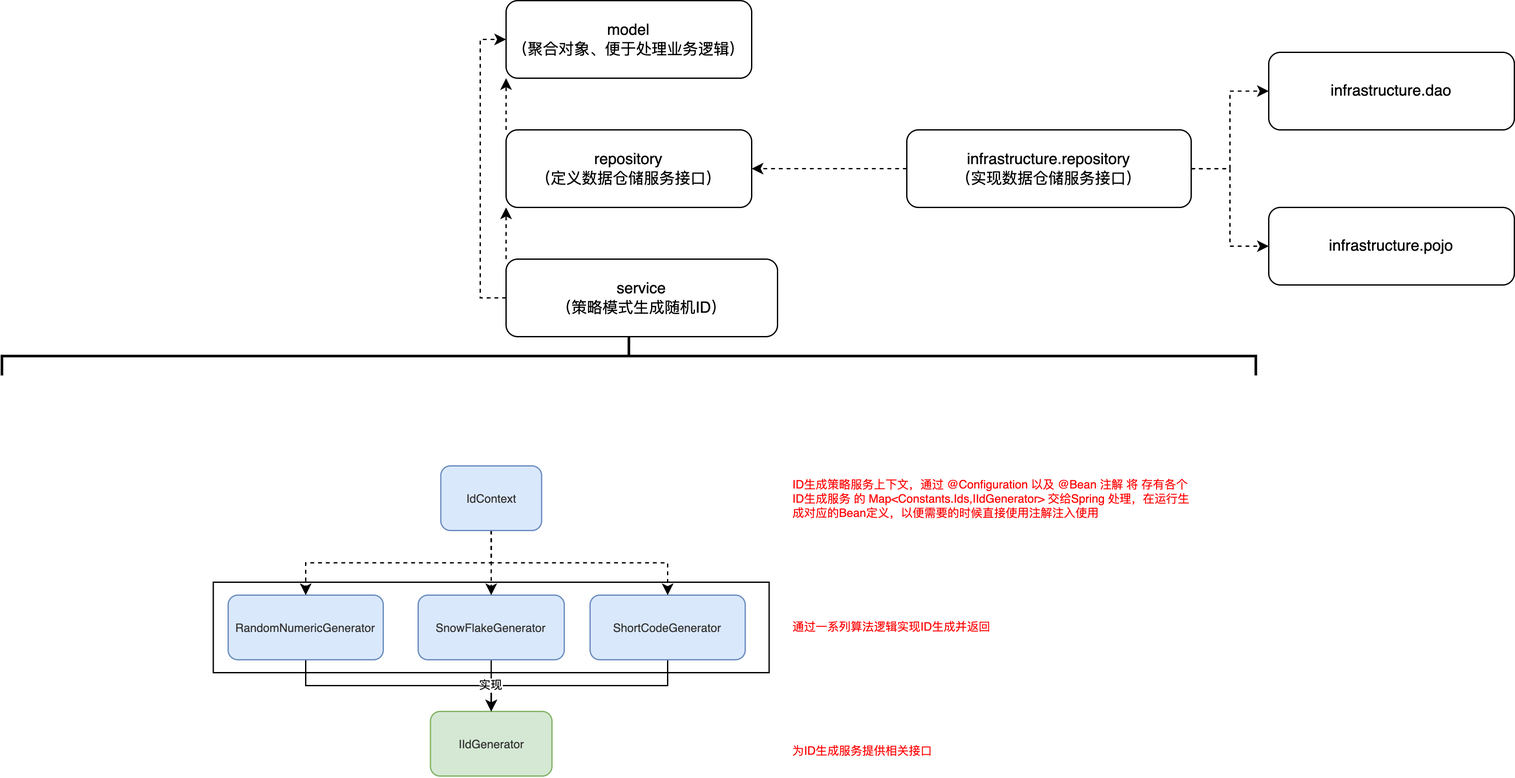
Before: 抽奖系统/images/领域服务-ID生成策略领域.drawio.png, a diagram exported from draw.io (L-XRay/Notes). Source tidied: cells renumbered, new cells last; positions are measured from the earlier drawing's top-left corner, leaving out a move shared by most shapes. The source it was exported from:
```xml
<mxGraphModel>
  <root>
    <mxCell id="0" />
    <mxCell id="1" parent="0" />
    <mxCell id="2" style="rounded=0;whiteSpace=wrap;html=1;fontSize=9;" parent="1" vertex="1">
      <mxGeometry x="163.5" y="450" width="430" height="70" as="geometry" />
    </mxCell>
    <mxCell id="3" value="model&lt;br&gt;（聚合对象、便于处理业务逻辑）" style="rounded=1;whiteSpace=wrap;html=1;shadow=0;glass=0;fillStyle=auto;fillColor=default;" parent="1" vertex="1">
      <mxGeometry x="390" width="190" height="60" as="geometry" />
    </mxCell>
    <mxCell id="4" style="edgeStyle=orthogonalEdgeStyle;rounded=0;jettySize=auto;html=1;exitX=0;exitY=0;exitDx=0;exitDy=0;entryX=0;entryY=1;entryDx=0;entryDy=0;dashed=1;" parent="1" edge="1" source="5" target="3">
      <mxGeometry relative="1" as="geometry" />
    </mxCell>
    <mxCell id="5" value="repository&lt;br&gt;（定义数据仓储服务接口）" style="rounded=1;whiteSpace=wrap;html=1;" parent="1" vertex="1">
      <mxGeometry x="390" y="100" width="190" height="60" as="geometry" />
    </mxCell>
    <mxCell id="6" style="edgeStyle=orthogonalEdgeStyle;rounded=0;jettySize=auto;html=1;exitX=0;exitY=0.5;exitDx=0;exitDy=0;entryX=0;entryY=0.5;entryDx=0;entryDy=0;dashed=1;" parent="1" edge="1" source="8" target="3">
      <mxGeometry relative="1" as="geometry" />
    </mxCell>
    <mxCell id="7" style="edgeStyle=orthogonalEdgeStyle;rounded=0;jettySize=auto;html=1;exitX=0;exitY=0;exitDx=0;exitDy=0;entryX=0;entryY=1;entryDx=0;entryDy=0;dashed=1;" parent="1" edge="1" source="8" target="5">
      <mxGeometry relative="1" as="geometry" />
    </mxCell>
    <mxCell id="8" value="service&lt;br&gt;（策略模式生成随机ID）" style="rounded=1;whiteSpace=wrap;html=1;" parent="1" vertex="1">
      <mxGeometry x="390" y="200" width="210" height="60" as="geometry" />
    </mxCell>
    <mxCell id="9" style="strokeWidth=2;html=1;shape=mxgraph.flowchart.annotation_2;align=left;labelPosition=right;direction=south;" parent="1" vertex="1">
      <mxGeometry y="260" width="970" height="30" as="geometry" />
    </mxCell>
    <mxCell id="10" style="edgeStyle=orthogonalEdgeStyle;rounded=0;jettySize=auto;html=1;exitX=1;exitY=0.5;exitDx=0;exitDy=0;entryX=0;entryY=0.5;entryDx=0;entryDy=0;dashed=1;" parent="1" edge="1" source="13" target="14">
      <mxGeometry relative="1" as="geometry" />
    </mxCell>
    <mxCell id="11" style="edgeStyle=orthogonalEdgeStyle;rounded=0;jettySize=auto;html=1;exitX=1;exitY=0.5;exitDx=0;exitDy=0;entryX=0;entryY=0.5;entryDx=0;entryDy=0;dashed=1;" parent="1" edge="1" source="13" target="15">
      <mxGeometry relative="1" as="geometry" />
    </mxCell>
    <mxCell id="12" style="edgeStyle=orthogonalEdgeStyle;rounded=0;jettySize=auto;html=1;exitX=0;exitY=0.5;exitDx=0;exitDy=0;entryX=1;entryY=0.5;entryDx=0;entryDy=0;dashed=1;" parent="1" edge="1" source="13" target="5">
      <mxGeometry relative="1" as="geometry" />
    </mxCell>
    <mxCell id="13" value="infrastructure.repository&lt;br&gt;（实现数据仓储服务接口）" style="rounded=1;whiteSpace=wrap;html=1;" parent="1" vertex="1">
      <mxGeometry x="700" y="100" width="220" height="60" as="geometry" />
    </mxCell>
    <mxCell id="14" value="infrastructure.dao" style="rounded=1;whiteSpace=wrap;html=1;shadow=0;glass=0;fillStyle=auto;fillColor=default;" parent="1" vertex="1">
      <mxGeometry x="980" y="40" width="190" height="60" as="geometry" />
    </mxCell>
    <mxCell id="15" value="infrastructure.pojo" style="rounded=1;whiteSpace=wrap;html=1;shadow=0;glass=0;fillStyle=auto;fillColor=default;" parent="1" vertex="1">
      <mxGeometry x="980" y="160" width="190" height="60" as="geometry" />
    </mxCell>
    <mxCell id="16" value="&lt;span style=&quot;caret-color: rgb(51, 51, 51); color: rgb(51, 51, 51); orphans: 4; text-align: start; text-size-adjust: auto;&quot;&gt;&lt;font style=&quot;font-size: 9px;&quot;&gt;IIdGenerator&lt;br&gt;&lt;/font&gt;&lt;/span&gt;" style="rounded=1;whiteSpace=wrap;html=1;fillColor=#d5e8d4;strokeColor=#82b366;" parent="1" vertex="1">
      <mxGeometry x="331.5" y="550" width="94" height="50" as="geometry" />
    </mxCell>
    <mxCell id="17" style="edgeStyle=orthogonalEdgeStyle;rounded=0;jettySize=auto;html=1;exitX=0.5;exitY=1;exitDx=0;exitDy=0;entryX=0.5;entryY=0;entryDx=0;entryDy=0;" parent="1" edge="1" source="18" target="16">
      <mxGeometry relative="1" as="geometry" />
    </mxCell>
    <mxCell id="18" value="&lt;span style=&quot;caret-color: rgb(51, 51, 51); color: rgb(51, 51, 51); orphans: 4; text-align: start; text-size-adjust: auto;&quot;&gt;&lt;font style=&quot;font-size: 9px;&quot;&gt;SnowFlakeGenerator&lt;br&gt;&lt;/font&gt;&lt;/span&gt;" style="rounded=1;whiteSpace=wrap;html=1;fillColor=#dae8fc;strokeColor=#6c8ebf;" parent="1" vertex="1">
      <mxGeometry x="322" y="460" width="113" height="50" as="geometry" />
    </mxCell>
    <mxCell id="19" style="edgeStyle=orthogonalEdgeStyle;rounded=0;jettySize=auto;html=1;exitX=0.5;exitY=1;exitDx=0;exitDy=0;entryX=0.5;entryY=0;entryDx=0;entryDy=0;" parent="1" edge="1" source="20" target="16">
      <mxGeometry relative="1" as="geometry" />
    </mxCell>
    <mxCell id="20" value="&lt;span style=&quot;caret-color: rgb(51, 51, 51); color: rgb(51, 51, 51); orphans: 4; text-align: start; text-size-adjust: auto;&quot;&gt;&lt;font style=&quot;font-size: 9px;&quot;&gt;ShortCodeGenerator&lt;br&gt;&lt;/font&gt;&lt;/span&gt;" style="rounded=1;whiteSpace=wrap;html=1;fillColor=#dae8fc;strokeColor=#6c8ebf;" parent="1" vertex="1">
      <mxGeometry x="455" y="460" width="120" height="50" as="geometry" />
    </mxCell>
    <mxCell id="21" style="edgeStyle=orthogonalEdgeStyle;rounded=0;jettySize=auto;html=1;exitX=0.5;exitY=1;exitDx=0;exitDy=0;entryX=0.5;entryY=0;entryDx=0;entryDy=0;" parent="1" edge="1" source="23" target="16">
      <mxGeometry relative="1" as="geometry" />
    </mxCell>
    <mxCell id="22" value="实现" style="edgeLabel;html=1;align=center;verticalAlign=middle;fontSize=9;" parent="21" vertex="1">
      <mxGeometry x="0.77" relative="1" as="geometry">
        <mxPoint x="1" y="-1" as="offset" />
      </mxGeometry>
    </mxCell>
    <mxCell id="23" value="&lt;span style=&quot;caret-color: rgb(51, 51, 51); color: rgb(51, 51, 51); orphans: 4; text-align: start; text-size-adjust: auto;&quot;&gt;&lt;font style=&quot;font-size: 9px;&quot;&gt;RandomNumericGenerator&lt;br&gt;&lt;/font&gt;&lt;/span&gt;" style="rounded=1;whiteSpace=wrap;html=1;fillColor=#dae8fc;strokeColor=#6c8ebf;" parent="1" vertex="1">
      <mxGeometry x="175" y="460" width="120" height="50" as="geometry" />
    </mxCell>
    <mxCell id="24" style="edgeStyle=orthogonalEdgeStyle;rounded=0;jettySize=auto;html=1;exitX=0.5;exitY=1;exitDx=0;exitDy=0;entryX=0.5;entryY=0;entryDx=0;entryDy=0;fontSize=9;dashed=1;" parent="1" edge="1" source="27" target="18">
      <mxGeometry relative="1" as="geometry" />
    </mxCell>
    <mxCell id="25" style="edgeStyle=orthogonalEdgeStyle;rounded=0;jettySize=auto;html=1;exitX=0.5;exitY=1;exitDx=0;exitDy=0;entryX=0.5;entryY=0;entryDx=0;entryDy=0;dashed=1;fontSize=9;" parent="1" edge="1" source="27" target="23">
      <mxGeometry relative="1" as="geometry" />
    </mxCell>
    <mxCell id="26" style="edgeStyle=orthogonalEdgeStyle;rounded=0;jettySize=auto;html=1;exitX=0.5;exitY=1;exitDx=0;exitDy=0;entryX=0.5;entryY=0;entryDx=0;entryDy=0;dashed=1;fontSize=9;" parent="1" edge="1" source="27" target="20">
      <mxGeometry relative="1" as="geometry" />
    </mxCell>
    <mxCell id="27" value="&lt;span style=&quot;caret-color: rgb(51, 51, 51); color: rgb(51, 51, 51); orphans: 4; text-align: start; text-size-adjust: auto;&quot;&gt;&lt;font style=&quot;font-size: 9px;&quot;&gt;IdContext&lt;br&gt;&lt;/font&gt;&lt;/span&gt;" style="rounded=1;whiteSpace=wrap;html=1;fillColor=#dae8fc;strokeColor=#6c8ebf;" parent="1" vertex="1">
      <mxGeometry x="339.5" y="360" width="78" height="50" as="geometry" />
    </mxCell>
    <mxCell id="28" value="&lt;p style=&quot;box-sizing: border-box; line-height: inherit; orphans: 4; margin: 0.8em 0px; position: relative; caret-color: rgb(51, 51, 51);&quot; class=&quot;md-end-block md-p md-focus&quot;&gt;&lt;font color=&quot;#ff0000&quot;&gt;为ID生成服务提供相关接口&lt;/font&gt;&lt;/p&gt;" style="text;html=1;strokeColor=none;fillColor=none;align=left;verticalAlign=middle;whiteSpace=wrap;rounded=0;shadow=0;glass=0;labelBackgroundColor=none;fillStyle=auto;fontFamily=Helvetica;fontSize=9;fontColor=#000000;" parent="1" vertex="1">
      <mxGeometry x="610" y="570" width="110" height="21.9" as="geometry" />
    </mxCell>
    <mxCell id="29" value="&lt;p style=&quot;box-sizing: border-box; line-height: inherit; orphans: 4; margin: 0.8em 0px; position: relative; caret-color: rgb(51, 51, 51);&quot; class=&quot;md-end-block md-p md-focus&quot;&gt;&lt;font color=&quot;#ff0000&quot;&gt;通过一系列算法逻辑实现ID生成并返回&lt;/font&gt;&lt;/p&gt;" style="text;html=1;strokeColor=none;fillColor=none;align=left;verticalAlign=middle;whiteSpace=wrap;rounded=0;shadow=0;glass=0;labelBackgroundColor=none;fillStyle=auto;fontFamily=Helvetica;fontSize=9;fontColor=#000000;" parent="1" vertex="1">
      <mxGeometry x="610" y="474.1" width="160" height="21.9" as="geometry" />
    </mxCell>
    <mxCell id="30" value="&lt;p style=&quot;box-sizing: border-box; line-height: inherit; orphans: 4; margin: 0.8em 0px; position: relative; caret-color: rgb(51, 51, 51);&quot; class=&quot;md-end-block md-p md-focus&quot;&gt;&lt;font color=&quot;#ff0000&quot;&gt;ID生成策略服务上下文，通过 @Configuration 以及 @Bean 注解 将 存有各个ID生成服务 的 &lt;/font&gt;&lt;span style=&quot;color: rgb(255, 0, 0); background-color: initial;&quot;&gt;Map&amp;lt;Constants.Ids,IIdGenerator&amp;gt; 交给Spring 处理，在运行生成对应的Bean定义，以便需要的时候直接使用注解注入使用&lt;/span&gt;&lt;/p&gt;" style="text;html=1;strokeColor=none;fillColor=none;align=left;verticalAlign=middle;whiteSpace=wrap;rounded=0;shadow=0;glass=0;labelBackgroundColor=none;fillStyle=auto;fontFamily=Helvetica;fontSize=9;fontColor=#000000;" parent="1" vertex="1">
      <mxGeometry x="610" y="362" width="310" height="48" as="geometry" />
    </mxCell>
  </root>
</mxGraphModel>
```
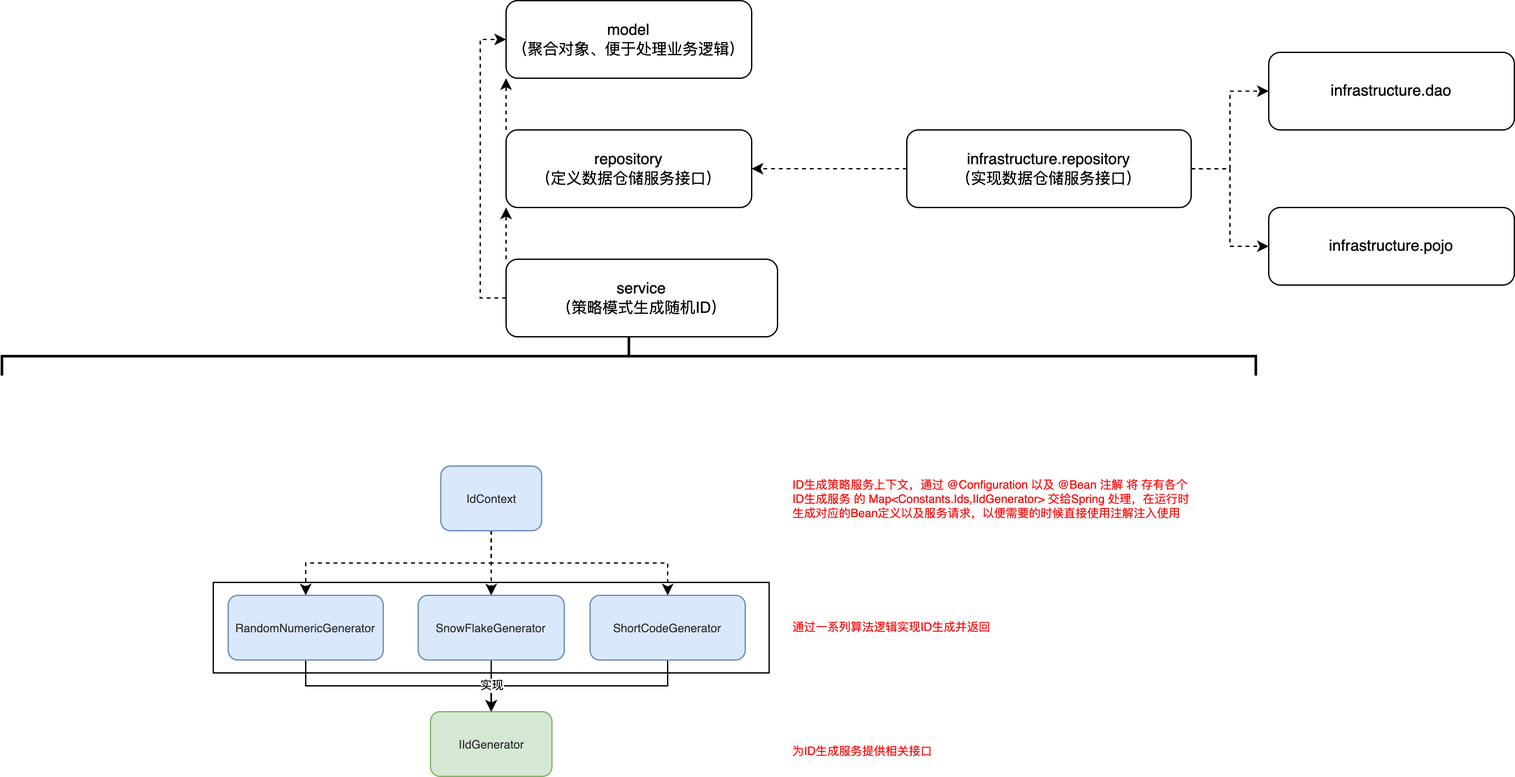
Later version of the same file.

What changed in the source:
```diff
@@ -88,7 +88,7 @@
     <mxCell id="29" value="&lt;p style=&quot;box-sizing: border-box; line-height: inherit; orphans: 4; margin: 0.8em 0px; position: relative; caret-color: rgb(51, 51, 51);&quot; class=&quot;md-end-block md-p md-focus&quot;&gt;&lt;font color=&quot;#ff0000&quot;&gt;通过一系列算法逻辑实现ID生成并返回&lt;/font&gt;&lt;/p&gt;" style="text;html=1;strokeColor=none;fillColor=none;align=left;verticalAlign=middle;whiteSpace=wrap;rounded=0;shadow=0;glass=0;labelBackgroundColor=none;fillStyle=auto;fontFamily=Helvetica;fontSize=9;fontColor=#000000;" parent="1" vertex="1">
       <mxGeometry x="610" y="474.1" width="160" height="21.9" as="geometry" />
     </mxCell>
-    <mxCell id="30" value="&lt;p style=&quot;box-sizing: border-box; line-height: inherit; orphans: 4; margin: 0.8em 0px; position: relative; caret-color: rgb(51, 51, 51);&quot; class=&quot;md-end-block md-p md-focus&quot;&gt;&lt;font color=&quot;#ff0000&quot;&gt;ID生成策略服务上下文，通过 @Configuration 以及 @Bean 注解 将 存有各个ID生成服务 的 &lt;/font&gt;&lt;span style=&quot;color: rgb(255, 0, 0); background-color: initial;&quot;&gt;Map&amp;lt;Constants.Ids,IIdGenerator&amp;gt; 交给Spring 处理，在运行生成对应的Bean定义，以便需要的时候直接使用注解注入使用&lt;/span&gt;&lt;/p&gt;" style="text;html=1;strokeColor=none;fillColor=none;align=left;verticalAlign=middle;whiteSpace=wrap;rounded=0;shadow=0;glass=0;labelBackgroundColor=none;fillStyle=auto;fontFamily=Helvetica;fontSize=9;fontColor=#000000;" parent="1" vertex="1">
+    <mxCell id="30" value="&lt;p style=&quot;box-sizing: border-box; line-height: inherit; orphans: 4; margin: 0.8em 0px; position: relative; caret-color: rgb(51, 51, 51);&quot; class=&quot;md-end-block md-p md-focus&quot;&gt;&lt;font color=&quot;#ff0000&quot;&gt;ID生成策略服务上下文，通过 @Configuration 以及 @Bean 注解 将 存有各个ID生成服务 的 &lt;/font&gt;&lt;span style=&quot;color: rgb(255, 0, 0); background-color: initial;&quot;&gt;Map&amp;lt;Constants.Ids,IIdGenerator&amp;gt; 交给Spring 处理，在运行时生成对应的Bean定义以及服务请求，以便需要的时候直接使用注解注入使用&lt;/span&gt;&lt;/p&gt;" style="text;html=1;strokeColor=none;fillColor=none;align=left;verticalAlign=middle;whiteSpace=wrap;rounded=0;shadow=0;glass=0;labelBackgroundColor=none;fillStyle=auto;fontFamily=Helvetica;fontSize=9;fontColor=#000000;" parent="1" vertex="1">
       <mxGeometry x="610" y="362" width="310" height="48" as="geometry" />
     </mxCell>
   </root>
```
